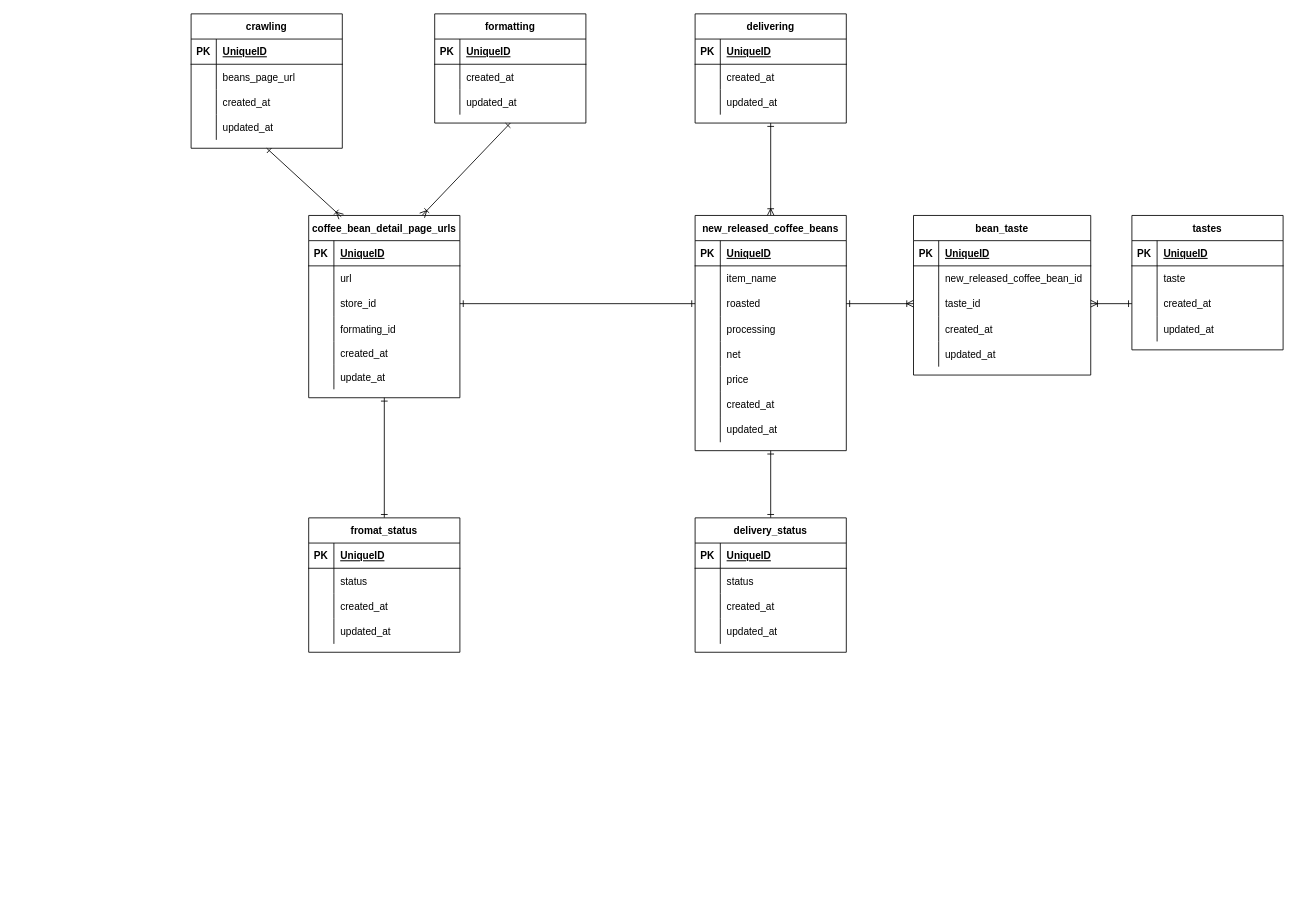
This is ame_tokidoki_koffee_er.dio from diagonal-m/ame_tokidoki_koffee, a draw.io file, before an edit. Source tidied: cells renumbered, new cells numbered last; positions are measured from the earlier drawing's top-left corner, leaving out a move shared by most shapes. Both pictures are drawn from the tidied source at 84%, with x=0, y=0 at pixel (191, 13).
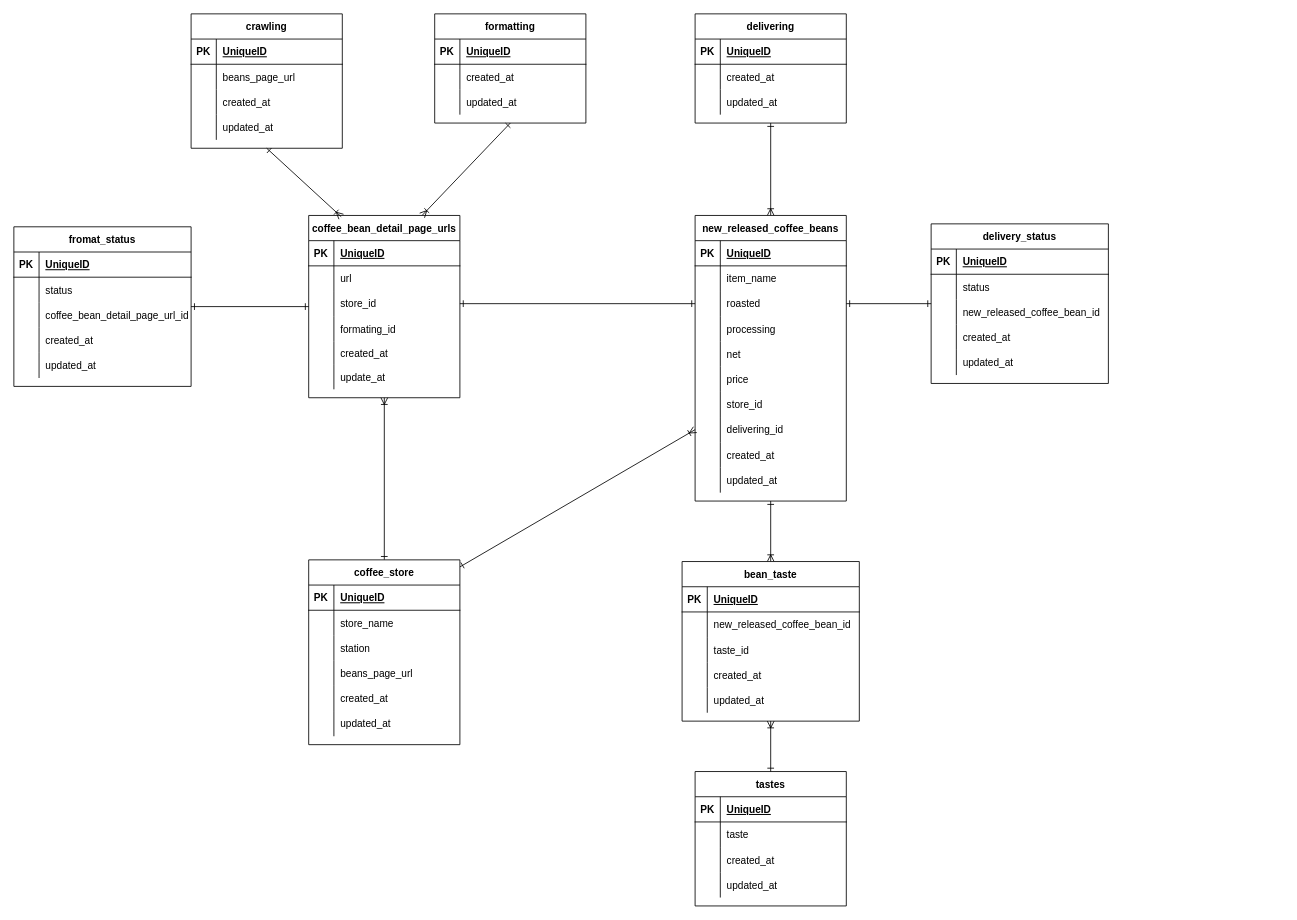
Above is the later version.

Unchanged cells that the change refers to:
```xml
<mxCell id="3" value="coffee_bean_detail_page_urls" style="shape=table;startSize=30;childLayout=tableLayout;rowLines=0;fontStyle=1;align=center;" parent="1" vertex="1">
  <mxGeometry x="140" y="240" width="180" height="217" as="geometry" />
</mxCell>
<mxCell id="67" style="shape=partialRectangle;fillColor=none;top=0;left=0;bottom=0;right=0;points=[[0,0.5],[1,0.5]];portConstraint=eastwest;" parent="60" vertex="1">
  <mxGeometry y="90" width="180" height="30" as="geometry" />
</mxCell>
<mxCell id="119" style="shape=partialRectangle;fillColor=none;top=0;left=0;bottom=0;right=0;points=[[0,0.5],[1,0.5]];portConstraint=eastwest;" parent="112" vertex="1">
  <mxGeometry y="90" width="211" height="30" as="geometry" />
</mxCell>
```

Diff of the diagram source:
```diff
@@
-    <mxCell id="58" style="edgeStyle=none;html=1;startArrow=ERone;startFill=0;endArrow=ERone;endFill=0;" parent="1" edge="1" source="60" target="99">
+    <mxCell id="58" style="edgeStyle=none;html=1;startArrow=ERone;startFill=0;endArrow=ERone;endFill=0;" parent="1" edge="1" source="67" target="99">
       <mxGeometry relative="1" as="geometry" />
     </mxCell>
-    <mxCell id="59" style="edgeStyle=none;html=1;startArrow=ERone;startFill=0;endArrow=ERoneToMany;endFill=0;entryX=0;entryY=0.5;entryDx=0;entryDy=0;exitX=1;exitY=0.5;exitDx=0;exitDy=0;" parent="1" edge="1" source="67" target="119">
-      <mxGeometry relative="1" as="geometry" />
-    </mxCell>
+    <mxCell id="142" style="edgeStyle=none;html=1;startArrow=ERoneToMany;startFill=0;endArrow=ERone;endFill=0;exitX=0.5;exitY=0;exitDx=0;exitDy=0;entryX=0.5;entryY=1;entryDx=0;entryDy=0;" parent="1" edge="1" source="112" target="60">
+      <mxGeometry relative="1" as="geometry" />
+    </mxCell>
     <mxCell id="60" value="new_released_coffee_beans" style="shape=table;startSize=30;childLayout=tableLayout;rowLines=0;fontStyle=1;align=center;" parent="1" vertex="1">
-      <mxGeometry x="600" y="240" width="180" height="280" as="geometry" />
+      <mxGeometry x="600" y="240" width="180" height="340" as="geometry" />
     </mxCell>
@@
+    <mxCell id="143" style="shape=partialRectangle;fillColor=none;top=0;left=0;bottom=0;right=0;" parent="60" vertex="1">
+      <mxGeometry y="210" width="180" height="30" as="geometry" />
+    </mxCell>
+    <mxCell id="144" style="shape=partialRectangle;fillColor=none;top=0;left=0;bottom=0;right=0;overflow=hidden;" parent="143" vertex="1">
+      <mxGeometry width="30" height="30" as="geometry" />
+    </mxCell>
+    <mxCell id="145" value="store_id" style="shape=partialRectangle;fillColor=none;top=0;left=0;bottom=0;right=0;align=left;spacingLeft=6;overflow=hidden;" parent="143" vertex="1">
+      <mxGeometry x="30" width="150" height="30" as="geometry" />
+    </mxCell>
+    <mxCell id="146" style="shape=partialRectangle;fillColor=none;top=0;left=0;bottom=0;right=0;points=[[0,0.5],[1,0.5]];portConstraint=eastwest;" parent="60" vertex="1">
+      <mxGeometry y="240" width="180" height="30" as="geometry" />
+    </mxCell>
+    <mxCell id="147" style="shape=partialRectangle;fillColor=none;top=0;left=0;bottom=0;right=0;overflow=hidden;" parent="146" vertex="1">
+      <mxGeometry width="30" height="30" as="geometry" />
+    </mxCell>
+    <mxCell id="148" value="delivering_id" style="shape=partialRectangle;fillColor=none;top=0;left=0;bottom=0;right=0;align=left;spacingLeft=6;overflow=hidden;" parent="146" vertex="1">
+      <mxGeometry x="30" width="150" height="30" as="geometry" />
+    </mxCell>
     <mxCell id="79" style="shape=partialRectangle;fillColor=none;top=0;left=0;bottom=0;right=0;" parent="60" vertex="1">
-      <mxGeometry y="210" width="180" height="30" as="geometry" />
+      <mxGeometry y="270" width="180" height="30" as="geometry" />
     </mxCell>
@@
     <mxCell id="82" style="shape=partialRectangle;fillColor=none;top=0;left=0;bottom=0;right=0;" parent="60" vertex="1">
-      <mxGeometry y="240" width="180" height="30" as="geometry" />
+      <mxGeometry y="300" width="180" height="30" as="geometry" />
     </mxCell>
@@
     <mxCell id="86" value="fromat_status" style="shape=table;startSize=30;childLayout=tableLayout;rowLines=0;fontStyle=1;align=center;" parent="1" vertex="1">
-      <mxGeometry x="140" y="600" width="180" height="160" as="geometry" />
+      <mxGeometry x="-211" y="253.5" width="211" height="190" as="geometry" />
     </mxCell>
     <mxCell id="87" style="shape=partialRectangle;fillColor=none;top=0;left=0;bottom=1;right=0;" parent="86" vertex="1">
-      <mxGeometry y="30" width="180" height="30" as="geometry" />
+      <mxGeometry y="30" width="211" height="30" as="geometry" />
     </mxCell>
@@
     <mxCell id="89" value="UniqueID" style="shape=partialRectangle;fillColor=none;top=0;left=0;bottom=0;right=0;align=left;spacingLeft=6;fontStyle=5;overflow=hidden;" parent="87" vertex="1">
-      <mxGeometry x="30" width="150" height="30" as="geometry" />
+      <mxGeometry x="30" width="181" height="30" as="geometry" />
     </mxCell>
     <mxCell id="90" style="shape=partialRectangle;fillColor=none;top=0;left=0;bottom=0;right=0;" parent="86" vertex="1">
-      <mxGeometry y="60" width="180" height="30" as="geometry" />
+      <mxGeometry y="60" width="211" height="30" as="geometry" />
     </mxCell>
@@
     <mxCell id="92" value="status" style="shape=partialRectangle;fillColor=none;top=0;left=0;bottom=0;right=0;align=left;spacingLeft=6;overflow=hidden;" parent="90" vertex="1">
-      <mxGeometry x="30" width="150" height="30" as="geometry" />
+      <mxGeometry x="30" width="181" height="30" as="geometry" />
     </mxCell>
+    <mxCell id="149" style="shape=partialRectangle;fillColor=none;top=0;left=0;bottom=0;right=0;" parent="86" vertex="1">
+      <mxGeometry y="90" width="211" height="30" as="geometry" />
+    </mxCell>
+    <mxCell id="150" style="shape=partialRectangle;fillColor=none;top=0;left=0;bottom=0;right=0;overflow=hidden;" parent="149" vertex="1">
+      <mxGeometry width="30" height="30" as="geometry" />
+    </mxCell>
+    <mxCell id="151" value="coffee_bean_detail_page_url_id" style="shape=partialRectangle;fillColor=none;top=0;left=0;bottom=0;right=0;align=left;spacingLeft=6;overflow=hidden;" parent="149" vertex="1">
+      <mxGeometry x="30" width="181" height="30" as="geometry" />
+    </mxCell>
     <mxCell id="93" style="shape=partialRectangle;fillColor=none;top=0;left=0;bottom=0;right=0;" parent="86" vertex="1">
-      <mxGeometry y="90" width="180" height="30" as="geometry" />
+      <mxGeometry y="120" width="211" height="30" as="geometry" />
     </mxCell>
@@
     <mxCell id="95" value="created_at" style="shape=partialRectangle;fillColor=none;top=0;left=0;bottom=0;right=0;align=left;spacingLeft=6;overflow=hidden;" parent="93" vertex="1">
-      <mxGeometry x="30" width="150" height="30" as="geometry" />
+      <mxGeometry x="30" width="181" height="30" as="geometry" />
     </mxCell>
     <mxCell id="96" style="shape=partialRectangle;fillColor=none;top=0;left=0;bottom=0;right=0;" parent="86" vertex="1">
-      <mxGeometry y="120" width="180" height="30" as="geometry" />
+      <mxGeometry y="150" width="211" height="30" as="geometry" />
     </mxCell>
@@
     <mxCell id="98" value="updated_at" style="shape=partialRectangle;fillColor=none;top=0;left=0;bottom=0;right=0;align=left;spacingLeft=6;overflow=hidden;" parent="96" vertex="1">
-      <mxGeometry x="30" width="150" height="30" as="geometry" />
+      <mxGeometry x="30" width="181" height="30" as="geometry" />
     </mxCell>
     <mxCell id="99" value="delivery_status" style="shape=table;startSize=30;childLayout=tableLayout;rowLines=0;fontStyle=1;align=center;" parent="1" vertex="1">
-      <mxGeometry x="600" y="600" width="180" height="160" as="geometry" />
+      <mxGeometry x="881" y="250" width="211" height="190" as="geometry" />
     </mxCell>
     <mxCell id="100" style="shape=partialRectangle;fillColor=none;top=0;left=0;bottom=1;right=0;" parent="99" vertex="1">
-      <mxGeometry y="30" width="180" height="30" as="geometry" />
+      <mxGeometry y="30" width="211" height="30" as="geometry" />
     </mxCell>
@@
     <mxCell id="102" value="UniqueID" style="shape=partialRectangle;fillColor=none;top=0;left=0;bottom=0;right=0;align=left;spacingLeft=6;fontStyle=5;overflow=hidden;" parent="100" vertex="1">
-      <mxGeometry x="30" width="150" height="30" as="geometry" />
+      <mxGeometry x="30" width="181" height="30" as="geometry" />
     </mxCell>
     <mxCell id="103" style="shape=partialRectangle;fillColor=none;top=0;left=0;bottom=0;right=0;" parent="99" vertex="1">
-      <mxGeometry y="60" width="180" height="30" as="geometry" />
+      <mxGeometry y="60" width="211" height="30" as="geometry" />
     </mxCell>
@@
     <mxCell id="105" value="status" style="shape=partialRectangle;fillColor=none;top=0;left=0;bottom=0;right=0;align=left;spacingLeft=6;overflow=hidden;" parent="103" vertex="1">
-      <mxGeometry x="30" width="150" height="30" as="geometry" />
+      <mxGeometry x="30" width="181" height="30" as="geometry" />
     </mxCell>
+    <mxCell id="152" style="shape=partialRectangle;fillColor=none;top=0;left=0;bottom=0;right=0;" parent="99" vertex="1">
+      <mxGeometry y="90" width="211" height="30" as="geometry" />
+    </mxCell>
+    <mxCell id="153" style="shape=partialRectangle;fillColor=none;top=0;left=0;bottom=0;right=0;overflow=hidden;" parent="152" vertex="1">
+      <mxGeometry width="30" height="30" as="geometry" />
+    </mxCell>
+    <mxCell id="154" value="new_released_coffee_bean_id" style="shape=partialRectangle;fillColor=none;top=0;left=0;bottom=0;right=0;align=left;spacingLeft=6;overflow=hidden;" parent="152" vertex="1">
+      <mxGeometry x="30" width="181" height="30" as="geometry" />
+    </mxCell>
     <mxCell id="106" style="shape=partialRectangle;fillColor=none;top=0;left=0;bottom=0;right=0;" parent="99" vertex="1">
-      <mxGeometry y="90" width="180" height="30" as="geometry" />
+      <mxGeometry y="120" width="211" height="30" as="geometry" />
     </mxCell>
@@
     <mxCell id="108" value="created_at" style="shape=partialRectangle;fillColor=none;top=0;left=0;bottom=0;right=0;align=left;spacingLeft=6;overflow=hidden;" parent="106" vertex="1">
-      <mxGeometry x="30" width="150" height="30" as="geometry" />
+      <mxGeometry x="30" width="181" height="30" as="geometry" />
     </mxCell>
     <mxCell id="109" style="shape=partialRectangle;fillColor=none;top=0;left=0;bottom=0;right=0;" parent="99" vertex="1">
-      <mxGeometry y="120" width="180" height="30" as="geometry" />
+      <mxGeometry y="150" width="211" height="30" as="geometry" />
     </mxCell>
@@
     <mxCell id="111" value="updated_at" style="shape=partialRectangle;fillColor=none;top=0;left=0;bottom=0;right=0;align=left;spacingLeft=6;overflow=hidden;" parent="109" vertex="1">
-      <mxGeometry x="30" width="150" height="30" as="geometry" />
+      <mxGeometry x="30" width="181" height="30" as="geometry" />
     </mxCell>
     <mxCell id="112" value="bean_taste" style="shape=table;startSize=30;childLayout=tableLayout;rowLines=0;fontStyle=1;align=center;" parent="1" vertex="1">
-      <mxGeometry x="860" y="240" width="211" height="190" as="geometry" />
+      <mxGeometry x="584.5" y="652" width="211" height="190" as="geometry" />
     </mxCell>
@@
     <mxCell id="128" value="tastes" style="shape=table;startSize=30;childLayout=tableLayout;rowLines=0;fontStyle=1;align=center;" parent="1" vertex="1">
-      <mxGeometry x="1120" y="240" width="180" height="160" as="geometry" />
+      <mxGeometry x="600" y="902" width="180" height="160" as="geometry" />
     </mxCell>
@@
-    <mxCell id="141" style="edgeStyle=none;html=1;startArrow=ERoneToMany;startFill=0;endArrow=ERone;endFill=0;exitX=1;exitY=0.5;exitDx=0;exitDy=0;entryX=0;entryY=0.5;entryDx=0;entryDy=0;" parent="1" edge="1" source="119">
+    <mxCell id="141" style="edgeStyle=none;html=1;startArrow=ERoneToMany;startFill=0;endArrow=ERone;endFill=0;entryX=0.5;entryY=0;entryDx=0;entryDy=0;" parent="1" edge="1" target="128">
       <mxGeometry relative="1" as="geometry">
-        <mxPoint x="1120" y="345" as="targetPoint" />
+        <mxPoint x="690" y="842" as="sourcePoint" />
       </mxGeometry>
     </mxCell>
+    <mxCell id="155" style="edgeStyle=none;html=1;startArrow=ERoneToMany;startFill=0;endArrow=ERone;endFill=0;exitX=0.5;exitY=1;exitDx=0;exitDy=0;entryX=0.5;entryY=0;entryDx=0;entryDy=0;" parent="1" edge="1" source="3" target="157">
+      <mxGeometry relative="1" as="geometry" />
+    </mxCell>
+    <mxCell id="156" style="edgeStyle=none;html=1;entryX=0.998;entryY=0.039;entryDx=0;entryDy=0;entryPerimeter=0;startArrow=ERoneToMany;startFill=0;endArrow=ERone;endFill=0;exitX=0;exitY=0.5;exitDx=0;exitDy=0;" parent="1" edge="1" source="146" target="157">
+      <mxGeometry relative="1" as="geometry" />
+    </mxCell>
+    <mxCell id="157" value="coffee_store" style="shape=table;startSize=30;childLayout=tableLayout;rowLines=0;fontStyle=1;align=center;" parent="1" vertex="1">
+      <mxGeometry x="140" y="650" width="180" height="220" as="geometry" />
+    </mxCell>
+    <mxCell id="158" style="shape=partialRectangle;fillColor=none;top=0;left=0;bottom=1;right=0;" parent="157" vertex="1">
+      <mxGeometry y="30" width="180" height="30" as="geometry" />
+    </mxCell>
+    <mxCell id="159" value="PK" style="shape=partialRectangle;fillColor=none;top=0;left=0;bottom=0;right=0;fontStyle=1;overflow=hidden;" parent="158" vertex="1">
+      <mxGeometry width="30" height="30" as="geometry" />
+    </mxCell>
+    <mxCell id="160" value="UniqueID" style="shape=partialRectangle;fillColor=none;top=0;left=0;bottom=0;right=0;align=left;spacingLeft=6;fontStyle=5;overflow=hidden;" parent="158" vertex="1">
+      <mxGeometry x="30" width="150" height="30" as="geometry" />
+    </mxCell>
+    <mxCell id="161" style="shape=partialRectangle;fillColor=none;top=0;left=0;bottom=0;right=0;" parent="157" vertex="1">
+      <mxGeometry y="60" width="180" height="30" as="geometry" />
+    </mxCell>
+    <mxCell id="162" style="shape=partialRectangle;fillColor=none;top=0;left=0;bottom=0;right=0;overflow=hidden;" parent="161" vertex="1">
+      <mxGeometry width="30" height="30" as="geometry" />
+    </mxCell>
+    <mxCell id="163" value="store_name" style="shape=partialRectangle;fillColor=none;top=0;left=0;bottom=0;right=0;align=left;spacingLeft=6;overflow=hidden;" parent="161" vertex="1">
+      <mxGeometry x="30" width="150" height="30" as="geometry" />
+    </mxCell>
+    <mxCell id="164" style="shape=partialRectangle;fillColor=none;top=0;left=0;bottom=0;right=0;" parent="157" vertex="1">
+      <mxGeometry y="90" width="180" height="30" as="geometry" />
+    </mxCell>
+    <mxCell id="165" style="shape=partialRectangle;fillColor=none;top=0;left=0;bottom=0;right=0;overflow=hidden;" parent="164" vertex="1">
+      <mxGeometry width="30" height="30" as="geometry" />
+    </mxCell>
+    <mxCell id="166" value="station" style="shape=partialRectangle;fillColor=none;top=0;left=0;bottom=0;right=0;align=left;spacingLeft=6;overflow=hidden;" parent="164" vertex="1">
+      <mxGeometry x="30" width="150" height="30" as="geometry" />
+    </mxCell>
+    <mxCell id="167" style="shape=partialRectangle;fillColor=none;top=0;left=0;bottom=0;right=0;" parent="157" vertex="1">
+      <mxGeometry y="120" width="180" height="30" as="geometry" />
+    </mxCell>
+    <mxCell id="168" style="shape=partialRectangle;fillColor=none;top=0;left=0;bottom=0;right=0;overflow=hidden;" parent="167" vertex="1">
+      <mxGeometry width="30" height="30" as="geometry" />
+    </mxCell>
+    <mxCell id="169" value="beans_page_url" style="shape=partialRectangle;fillColor=none;top=0;left=0;bottom=0;right=0;align=left;spacingLeft=6;overflow=hidden;" parent="167" vertex="1">
+      <mxGeometry x="30" width="150" height="30" as="geometry" />
+    </mxCell>
+    <mxCell id="170" style="shape=partialRectangle;fillColor=none;top=0;left=0;bottom=0;right=0;" parent="157" vertex="1">
+      <mxGeometry y="150" width="180" height="30" as="geometry" />
+    </mxCell>
+    <mxCell id="171" style="shape=partialRectangle;fillColor=none;top=0;left=0;bottom=0;right=0;overflow=hidden;" parent="170" vertex="1">
+      <mxGeometry width="30" height="30" as="geometry" />
+    </mxCell>
+    <mxCell id="172" value="created_at" style="shape=partialRectangle;fillColor=none;top=0;left=0;bottom=0;right=0;align=left;spacingLeft=6;overflow=hidden;" parent="170" vertex="1">
+      <mxGeometry x="30" width="150" height="30" as="geometry" />
+    </mxCell>
+    <mxCell id="173" style="shape=partialRectangle;fillColor=none;top=0;left=0;bottom=0;right=0;" parent="157" vertex="1">
+      <mxGeometry y="180" width="180" height="30" as="geometry" />
+    </mxCell>
+    <mxCell id="174" value=" &#10;" style="shape=partialRectangle;fillColor=none;top=0;left=0;bottom=0;right=0;overflow=hidden;" parent="173" vertex="1">
+      <mxGeometry width="30" height="30" as="geometry" />
+    </mxCell>
+    <mxCell id="175" value="updated_at" style="shape=partialRectangle;fillColor=none;top=0;left=0;bottom=0;right=0;align=left;spacingLeft=6;overflow=hidden;" parent="173" vertex="1">
+      <mxGeometry x="30" width="150" height="30" as="geometry" />
+    </mxCell>
```
